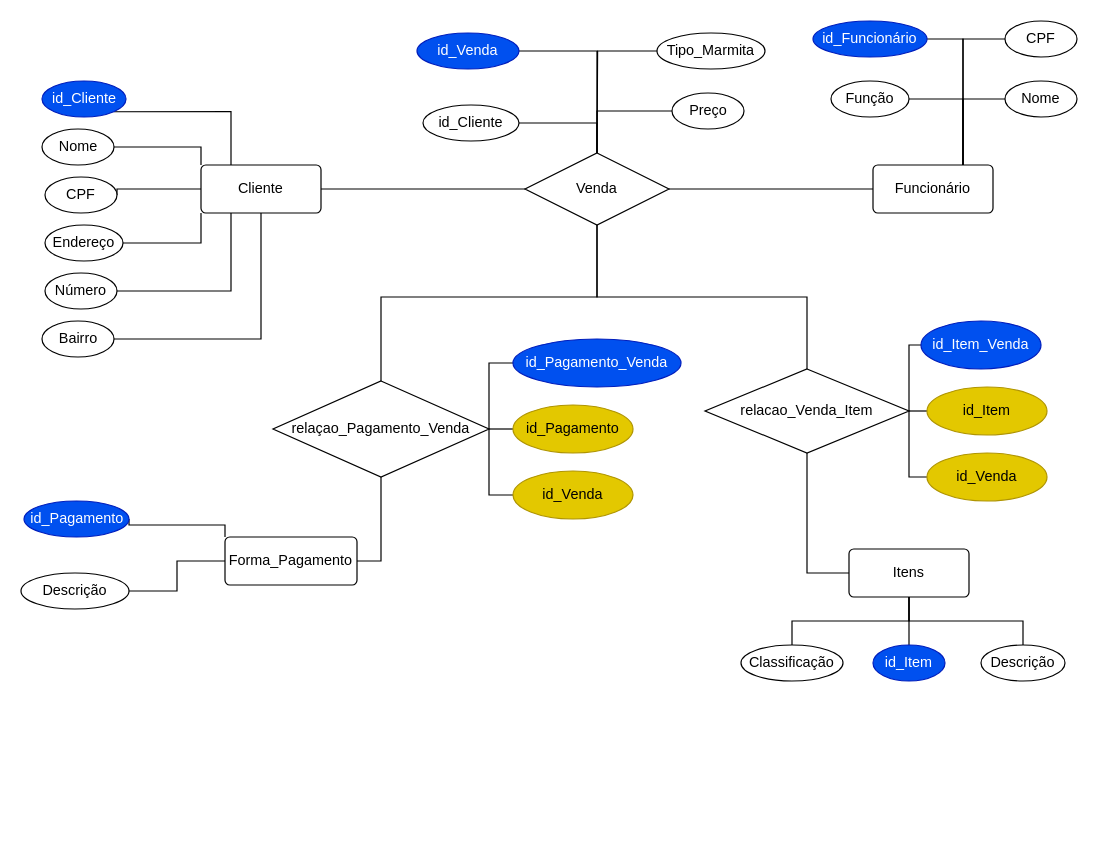
HugoNovais/Projetoss keeps this draw.io diagram as Untitled Diagram.drawio. Above is the earlier version. Source tidied: cells renumbered, new cells numbered last; positions are measured from the earlier drawing's top-left corner, leaving out a move shared by most shapes. Both pictures are drawn from the tidied source at 120%, with x=0, y=0 at pixel (20, 20).
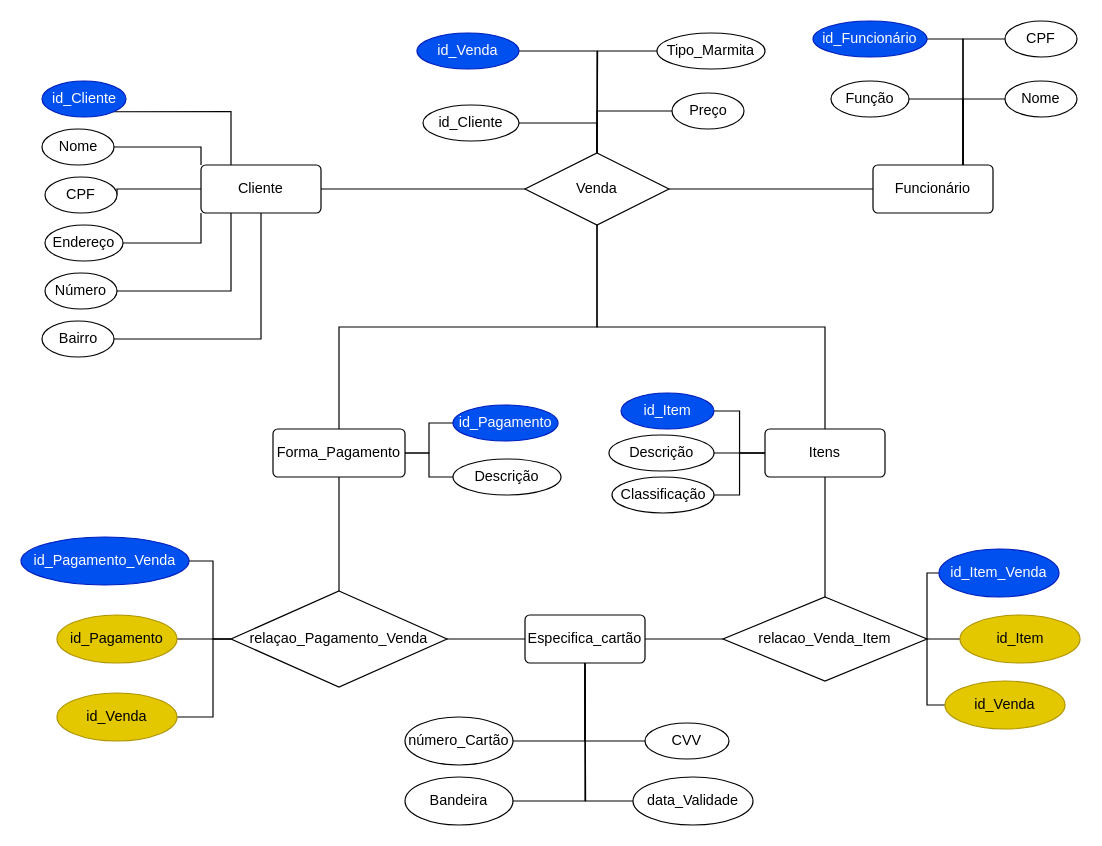
Above is the later version.

Unchanged cells that the change refers to:
```xml
<mxCell id="2" value="Venda" style="shape=rhombus;perimeter=rhombusPerimeter;whiteSpace=wrap;html=1;align=center;" parent="1" vertex="1">
  <mxGeometry x="420" y="110" width="120" height="60" as="geometry" />
</mxCell>
```

Diff of the diagram source:
```diff
@@
-    <mxCell id="35" style="edgeStyle=orthogonalEdgeStyle;rounded=0;jettySize=auto;html=1;exitX=0.5;exitY=0;exitDx=0;exitDy=0;entryX=0.5;entryY=1;entryDx=0;entryDy=0;endArrow=none;endFill=0;" parent="1" edge="1" source="36" target="2">
-      <mxGeometry relative="1" as="geometry">
-        <Array as="points">
-          <mxPoint x="300" y="230" />
-          <mxPoint x="480" y="230" />
-        </Array>
-      </mxGeometry>
-    </mxCell>
+    <mxCell id="65" style="edgeStyle=orthogonalEdgeStyle;rounded=0;jettySize=auto;html=1;exitX=1;exitY=0.5;exitDx=0;exitDy=0;endArrow=none;endFill=0;" parent="1" edge="1" source="36" target="71">
+      <mxGeometry relative="1" as="geometry" />
+    </mxCell>
     <mxCell id="36" value="relaçao_Pagamento_Venda" style="shape=rhombus;perimeter=rhombusPerimeter;whiteSpace=wrap;html=1;align=center;shadow=0;glass=0;" parent="1" vertex="1">
-      <mxGeometry x="210" y="300" width="180" height="80" as="geometry" />
+      <mxGeometry x="175" y="475" width="180" height="80" as="geometry" />
     </mxCell>
-    <mxCell id="37" style="edgeStyle=orthogonalEdgeStyle;rounded=0;jettySize=auto;html=1;exitX=0.5;exitY=0;exitDx=0;exitDy=0;entryX=0.5;entryY=1;entryDx=0;entryDy=0;endArrow=none;endFill=0;" parent="1" edge="1" source="38" target="2">
-      <mxGeometry relative="1" as="geometry" />
-    </mxCell>
+    <mxCell id="66" style="edgeStyle=orthogonalEdgeStyle;rounded=0;jettySize=auto;html=1;exitX=0.5;exitY=0;exitDx=0;exitDy=0;entryX=0.5;entryY=1;entryDx=0;entryDy=0;endArrow=none;endFill=0;" parent="1" edge="1" source="38" target="40">
+      <mxGeometry relative="1" as="geometry" />
+    </mxCell>
     <mxCell id="38" value="relacao_Venda_Item" style="shape=rhombus;perimeter=rhombusPerimeter;whiteSpace=wrap;html=1;align=center;shadow=0;glass=0;" parent="1" vertex="1">
-      <mxGeometry x="570" y="290" width="170" height="70" as="geometry" />
+      <mxGeometry x="585" y="480" width="170" height="70" as="geometry" />
     </mxCell>
-    <mxCell id="39" style="edgeStyle=orthogonalEdgeStyle;rounded=0;jettySize=auto;html=1;exitX=0;exitY=0.5;exitDx=0;exitDy=0;entryX=0.5;entryY=1;entryDx=0;entryDy=0;endArrow=none;endFill=0;" parent="1" edge="1" source="40" target="38">
-      <mxGeometry relative="1" as="geometry" />
-    </mxCell>
+    <mxCell id="67" style="edgeStyle=orthogonalEdgeStyle;rounded=0;jettySize=auto;html=1;exitX=0.5;exitY=0;exitDx=0;exitDy=0;entryX=0.5;entryY=1;entryDx=0;entryDy=0;endArrow=none;endFill=0;" parent="1" edge="1" source="40" target="2">
+      <mxGeometry relative="1" as="geometry" />
+    </mxCell>
     <mxCell id="40" value="Itens" style="rounded=1;arcSize=10;whiteSpace=wrap;html=1;align=center;shadow=0;glass=0;" parent="1" vertex="1">
-      <mxGeometry x="690" y="440" width="100" height="40" as="geometry" />
+      <mxGeometry x="620" y="340" width="100" height="40" as="geometry" />
     </mxCell>
-    <mxCell id="41" style="edgeStyle=orthogonalEdgeStyle;rounded=0;jettySize=auto;html=1;exitX=1;exitY=0.5;exitDx=0;exitDy=0;entryX=0.5;entryY=1;entryDx=0;entryDy=0;endArrow=none;endFill=0;" parent="1" edge="1" source="42" target="36">
+    <mxCell id="41" style="edgeStyle=orthogonalEdgeStyle;rounded=0;jettySize=auto;html=1;exitX=0.5;exitY=1;exitDx=0;exitDy=0;entryX=0.5;entryY=0;entryDx=0;entryDy=0;endArrow=none;endFill=0;" parent="1" edge="1" source="42" target="36">
       <mxGeometry relative="1" as="geometry" />
     </mxCell>
+    <mxCell id="68" style="edgeStyle=orthogonalEdgeStyle;rounded=0;jettySize=auto;html=1;exitX=0.5;exitY=0;exitDx=0;exitDy=0;entryX=0.5;entryY=1;entryDx=0;entryDy=0;endArrow=none;endFill=0;" parent="1" edge="1" source="42" target="2">
+      <mxGeometry relative="1" as="geometry" />
+    </mxCell>
     <mxCell id="42" value="Forma_Pagamento" style="rounded=1;arcSize=10;whiteSpace=wrap;html=1;align=center;shadow=0;glass=0;" parent="1" vertex="1">
-      <mxGeometry x="170" y="430" width="110" height="40" as="geometry" />
+      <mxGeometry x="210" y="340" width="110" height="40" as="geometry" />
     </mxCell>
-    <mxCell id="43" style="edgeStyle=orthogonalEdgeStyle;rounded=0;jettySize=auto;html=1;exitX=1;exitY=0.5;exitDx=0;exitDy=0;entryX=0;entryY=0.5;entryDx=0;entryDy=0;endArrow=none;endFill=0;" parent="1" edge="1" source="44" target="42">
-      <mxGeometry relative="1" as="geometry" />
+    <mxCell id="43" style="edgeStyle=orthogonalEdgeStyle;rounded=0;jettySize=auto;html=1;exitX=0;exitY=0.5;exitDx=0;exitDy=0;entryX=1;entryY=0.5;entryDx=0;entryDy=0;endArrow=none;endFill=0;" parent="1" edge="1" source="44" target="42">
+      <mxGeometry relative="1" as="geometry">
+        <Array as="points">
+          <mxPoint x="340" y="380" />
+          <mxPoint x="340" y="360" />
+        </Array>
+      </mxGeometry>
     </mxCell>
     <mxCell id="44" value="Descrição" style="ellipse;whiteSpace=wrap;html=1;align=center;shadow=0;glass=0;" parent="1" vertex="1">
-      <mxGeometry y="460" width="90" height="30" as="geometry" />
+      <mxGeometry x="360" y="365" width="90" height="30" as="geometry" />
     </mxCell>
-    <mxCell id="45" style="edgeStyle=orthogonalEdgeStyle;rounded=0;jettySize=auto;html=1;exitX=0;exitY=0.5;exitDx=0;exitDy=0;endArrow=none;endFill=0;" parent="1" edge="1" source="46">
-      <mxGeometry relative="1" as="geometry">
-        <mxPoint x="390" y="340" as="targetPoint" />
-      </mxGeometry>
-    </mxCell>
+    <mxCell id="69" style="edgeStyle=orthogonalEdgeStyle;rounded=0;jettySize=auto;html=1;exitX=1;exitY=0.5;exitDx=0;exitDy=0;entryX=0;entryY=0.5;entryDx=0;entryDy=0;endArrow=none;endFill=0;" parent="1" edge="1" source="46" target="36">
+      <mxGeometry relative="1" as="geometry">
+        <Array as="points">
+          <mxPoint x="150" y="515" />
+          <mxPoint x="150" y="515" />
+        </Array>
+      </mxGeometry>
+    </mxCell>
     <mxCell id="46" value="id_Pagamento" style="ellipse;whiteSpace=wrap;html=1;align=center;shadow=0;glass=0;fillColor=#e3c800;strokeColor=#B09500;fontColor=#000000;" parent="1" vertex="1">
-      <mxGeometry x="410" y="320" width="100" height="40" as="geometry" />
+      <mxGeometry x="30" y="495" width="100" height="40" as="geometry" />
     </mxCell>
-    <mxCell id="47" style="edgeStyle=orthogonalEdgeStyle;rounded=0;jettySize=auto;html=1;exitX=1;exitY=0.5;exitDx=0;exitDy=0;entryX=0;entryY=0;entryDx=0;entryDy=0;endArrow=none;endFill=0;" parent="1" edge="1" source="48" target="42">
+    <mxCell id="47" style="edgeStyle=orthogonalEdgeStyle;rounded=0;jettySize=auto;html=1;exitX=0;exitY=0.5;exitDx=0;exitDy=0;entryX=1;entryY=0.5;entryDx=0;entryDy=0;endArrow=none;endFill=0;" parent="1" edge="1" source="48" target="42">
       <mxGeometry relative="1" as="geometry">
         <Array as="points">
-          <mxPoint x="170" y="420" />
+          <mxPoint x="340" y="335" />
+          <mxPoint x="340" y="360" />
         </Array>
       </mxGeometry>
     </mxCell>
     <mxCell id="48" value="id_Pagamento" style="ellipse;whiteSpace=wrap;html=1;align=center;shadow=0;glass=0;fillColor=#0050ef;strokeColor=#001DBC;fontColor=#ffffff;" parent="1" vertex="1">
-      <mxGeometry x="2.5" y="400" width="87.5" height="30" as="geometry" />
+      <mxGeometry x="360" y="320" width="87.5" height="30" as="geometry" />
     </mxCell>
-    <mxCell id="49" style="edgeStyle=orthogonalEdgeStyle;rounded=0;jettySize=auto;html=1;exitX=0;exitY=0.5;exitDx=0;exitDy=0;entryX=1;entryY=0.5;entryDx=0;entryDy=0;endArrow=none;endFill=0;" parent="1" edge="1" source="50" target="36">
+    <mxCell id="49" style="edgeStyle=orthogonalEdgeStyle;rounded=0;jettySize=auto;html=1;exitX=1;exitY=0.5;exitDx=0;exitDy=0;entryX=0;entryY=0.5;entryDx=0;entryDy=0;endArrow=none;endFill=0;" parent="1" edge="1" source="50" target="36">
       <mxGeometry relative="1" as="geometry">
         <Array as="points">
-          <mxPoint x="390" y="395" />
+          <mxPoint x="160" y="580" />
+          <mxPoint x="160" y="515" />
         </Array>
       </mxGeometry>
     </mxCell>
     <mxCell id="50" value="id_Venda" style="ellipse;whiteSpace=wrap;html=1;align=center;shadow=0;glass=0;fillColor=#e3c800;strokeColor=#B09500;fontColor=#000000;" parent="1" vertex="1">
-      <mxGeometry x="410" y="375" width="100" height="40" as="geometry" />
+      <mxGeometry x="30" y="560" width="100" height="40" as="geometry" />
     </mxCell>
-    <mxCell id="51" style="edgeStyle=orthogonalEdgeStyle;rounded=0;jettySize=auto;html=1;exitX=0;exitY=0.5;exitDx=0;exitDy=0;entryX=1;entryY=0.5;entryDx=0;entryDy=0;endArrow=none;endFill=0;" parent="1" edge="1" source="52" target="38">
+    <mxCell id="51" style="edgeStyle=orthogonalEdgeStyle;rounded=0;jettySize=auto;html=1;exitX=0;exitY=0.5;exitDx=0;exitDy=0;entryX=1;entryY=0.5;entryDx=0;entryDy=0;endArrow=none;endFill=0;" parent="1" edge="1" source="52">
       <mxGeometry relative="1" as="geometry">
+        <mxPoint x="755" y="515" as="targetPoint" />
         <Array as="points">
-          <mxPoint x="740" y="380" />
+          <mxPoint x="755" y="570" />
         </Array>
       </mxGeometry>
     </mxCell>
     <mxCell id="52" value="id_Venda" style="ellipse;whiteSpace=wrap;html=1;align=center;shadow=0;glass=0;fillColor=#e3c800;strokeColor=#B09500;fontColor=#000000;" parent="1" vertex="1">
-      <mxGeometry x="755" y="360" width="100" height="40" as="geometry" />
+      <mxGeometry x="770" y="550" width="100" height="40" as="geometry" />
     </mxCell>
-    <mxCell id="53" style="edgeStyle=orthogonalEdgeStyle;rounded=0;jettySize=auto;html=1;exitX=0;exitY=0.5;exitDx=0;exitDy=0;entryX=1;entryY=0.5;entryDx=0;entryDy=0;endArrow=none;endFill=0;" parent="1" edge="1" source="54" target="38">
-      <mxGeometry relative="1" as="geometry" />
+    <mxCell id="53" style="edgeStyle=orthogonalEdgeStyle;rounded=0;jettySize=auto;html=1;exitX=0;exitY=0.5;exitDx=0;exitDy=0;entryX=1;entryY=0.5;entryDx=0;entryDy=0;endArrow=none;endFill=0;" parent="1" edge="1" source="54">
+      <mxGeometry relative="1" as="geometry">
+        <mxPoint x="755" y="515" as="targetPoint" />
+      </mxGeometry>
     </mxCell>
     <mxCell id="54" value="id_Item" style="ellipse;whiteSpace=wrap;html=1;align=center;shadow=0;glass=0;fillColor=#e3c800;strokeColor=#B09500;fontColor=#000000;" parent="1" vertex="1">
-      <mxGeometry x="755" y="305" width="100" height="40" as="geometry" />
+      <mxGeometry x="782.5" y="495" width="100" height="40" as="geometry" />
     </mxCell>
-    <mxCell id="55" style="edgeStyle=orthogonalEdgeStyle;rounded=0;jettySize=auto;html=1;exitX=0;exitY=0.5;exitDx=0;exitDy=0;entryX=1;entryY=0.5;entryDx=0;entryDy=0;endArrow=none;endFill=0;" parent="1" edge="1" source="56" target="38">
+    <mxCell id="55" style="edgeStyle=orthogonalEdgeStyle;rounded=0;jettySize=auto;html=1;exitX=0;exitY=0.5;exitDx=0;exitDy=0;entryX=1;entryY=0.5;entryDx=0;entryDy=0;endArrow=none;endFill=0;" parent="1" edge="1" source="56">
       <mxGeometry relative="1" as="geometry">
+        <mxPoint x="755" y="515" as="targetPoint" />
         <Array as="points">
-          <mxPoint x="740" y="270" />
+          <mxPoint x="755" y="460" />
         </Array>
       </mxGeometry>
     </mxCell>
     <mxCell id="56" value="&lt;span style=&quot;color: rgb(255 , 255 , 255)&quot;&gt;id_Item_Venda&lt;/span&gt;" style="ellipse;whiteSpace=wrap;html=1;align=center;shadow=0;glass=0;fillColor=#0050ef;strokeColor=#001DBC;fontColor=#ffffff;" parent="1" vertex="1">
-      <mxGeometry x="750" y="250" width="100" height="40" as="geometry" />
+      <mxGeometry x="765" y="440" width="100" height="40" as="geometry" />
     </mxCell>
-    <mxCell id="57" style="edgeStyle=orthogonalEdgeStyle;rounded=0;jettySize=auto;html=1;exitX=0.5;exitY=0;exitDx=0;exitDy=0;entryX=0.5;entryY=1;entryDx=0;entryDy=0;endArrow=none;endFill=0;" parent="1" edge="1" source="58" target="40">
+    <mxCell id="57" style="edgeStyle=orthogonalEdgeStyle;rounded=0;jettySize=auto;html=1;exitX=1;exitY=0.5;exitDx=0;exitDy=0;entryX=0;entryY=0.5;entryDx=0;entryDy=0;endArrow=none;endFill=0;" parent="1" edge="1" source="58" target="40">
       <mxGeometry relative="1" as="geometry" />
     </mxCell>
     <mxCell id="58" value="Classificação" style="ellipse;whiteSpace=wrap;html=1;align=center;shadow=0;glass=0;" parent="1" vertex="1">
-      <mxGeometry x="600" y="520" width="85" height="30" as="geometry" />
+      <mxGeometry x="492.5" y="380" width="85" height="30" as="geometry" />
     </mxCell>
-    <mxCell id="59" style="edgeStyle=orthogonalEdgeStyle;rounded=0;jettySize=auto;html=1;exitX=0.5;exitY=0;exitDx=0;exitDy=0;entryX=0.5;entryY=1;entryDx=0;entryDy=0;endArrow=none;endFill=0;" parent="1" edge="1" source="60" target="40">
+    <mxCell id="59" style="edgeStyle=orthogonalEdgeStyle;rounded=0;jettySize=auto;html=1;exitX=1;exitY=0.5;exitDx=0;exitDy=0;entryX=0;entryY=0.5;entryDx=0;entryDy=0;endArrow=none;endFill=0;" parent="1" edge="1" source="60" target="40">
       <mxGeometry relative="1" as="geometry" />
     </mxCell>
     <mxCell id="60" value="id_Item" style="ellipse;whiteSpace=wrap;html=1;align=center;shadow=0;glass=0;fillColor=#0050ef;strokeColor=#001DBC;fontColor=#ffffff;" parent="1" vertex="1">
-      <mxGeometry x="710" y="520" width="60" height="30" as="geometry" />
+      <mxGeometry x="500" y="310" width="77.5" height="30" as="geometry" />
     </mxCell>
-    <mxCell id="61" style="edgeStyle=orthogonalEdgeStyle;rounded=0;jettySize=auto;html=1;exitX=0.5;exitY=0;exitDx=0;exitDy=0;entryX=0.5;entryY=1;entryDx=0;entryDy=0;endArrow=none;endFill=0;" parent="1" edge="1" source="62" target="40">
+    <mxCell id="61" style="edgeStyle=orthogonalEdgeStyle;rounded=0;jettySize=auto;html=1;exitX=1;exitY=0.5;exitDx=0;exitDy=0;entryX=0;entryY=0.5;entryDx=0;entryDy=0;endArrow=none;endFill=0;" parent="1" edge="1" source="62" target="40">
       <mxGeometry relative="1" as="geometry" />
     </mxCell>
     <mxCell id="62" value="Descrição" style="ellipse;whiteSpace=wrap;html=1;align=center;shadow=0;glass=0;" parent="1" vertex="1">
-      <mxGeometry x="800" y="520" width="70" height="30" as="geometry" />
+      <mxGeometry x="490" y="345" width="87.5" height="30" as="geometry" />
     </mxCell>
-    <mxCell id="63" style="edgeStyle=orthogonalEdgeStyle;rounded=0;jettySize=auto;html=1;exitX=0;exitY=0.5;exitDx=0;exitDy=0;endArrow=none;endFill=0;" parent="1" edge="1" source="64" target="36">
+    <mxCell id="63" style="edgeStyle=orthogonalEdgeStyle;rounded=0;jettySize=auto;html=1;exitX=1;exitY=0.5;exitDx=0;exitDy=0;entryX=0;entryY=0.5;entryDx=0;entryDy=0;endArrow=none;endFill=0;" parent="1" edge="1" source="64" target="36">
       <mxGeometry relative="1" as="geometry">
         <Array as="points">
-          <mxPoint x="390" y="285" />
+          <mxPoint x="160" y="450" />
+          <mxPoint x="160" y="515" />
         </Array>
       </mxGeometry>
     </mxCell>
     <mxCell id="64" value="id_Pagamento_Venda" style="ellipse;whiteSpace=wrap;html=1;align=center;shadow=0;glass=0;fillColor=#0050ef;strokeColor=#001DBC;fontColor=#ffffff;" parent="1" vertex="1">
-      <mxGeometry x="410" y="265" width="140" height="40" as="geometry" />
+      <mxGeometry y="430" width="140" height="40" as="geometry" />
     </mxCell>
+    <mxCell id="70" style="edgeStyle=orthogonalEdgeStyle;rounded=0;jettySize=auto;html=1;exitX=1;exitY=0.5;exitDx=0;exitDy=0;entryX=0;entryY=0.5;entryDx=0;entryDy=0;endArrow=none;endFill=0;" parent="1" edge="1" source="71" target="38">
+      <mxGeometry relative="1" as="geometry" />
+    </mxCell>
+    <mxCell id="71" value="Especifica_cartão" style="rounded=1;arcSize=10;whiteSpace=wrap;html=1;align=center;shadow=0;glass=0;" parent="1" vertex="1">
+      <mxGeometry x="420" y="495" width="100" height="40" as="geometry" />
+    </mxCell>
+    <mxCell id="72" style="edgeStyle=orthogonalEdgeStyle;rounded=0;orthogonalLoop=1;jettySize=auto;html=1;exitX=0.5;exitY=1;exitDx=0;exitDy=0;endArrow=none;endFill=0;" parent="1" edge="1" source="58" target="58">
+      <mxGeometry relative="1" as="geometry" />
+    </mxCell>
+    <mxCell id="73" style="edgeStyle=orthogonalEdgeStyle;rounded=0;jettySize=auto;html=1;exitX=0;exitY=0.5;exitDx=0;exitDy=0;endArrow=none;endFill=0;" parent="1" edge="1" source="74">
+      <mxGeometry relative="1" as="geometry">
+        <mxPoint x="470" y="540" as="targetPoint" />
+      </mxGeometry>
+    </mxCell>
+    <mxCell id="74" value="data_Validade" style="ellipse;whiteSpace=wrap;html=1;align=center;shadow=0;glass=0;" parent="1" vertex="1">
+      <mxGeometry x="510" y="630" width="100" height="40" as="geometry" />
+    </mxCell>
+    <mxCell id="75" style="edgeStyle=orthogonalEdgeStyle;rounded=0;jettySize=auto;html=1;exitX=1;exitY=0.5;exitDx=0;exitDy=0;entryX=0.5;entryY=1;entryDx=0;entryDy=0;endArrow=none;endFill=0;" parent="1" edge="1" source="76" target="71">
+      <mxGeometry relative="1" as="geometry" />
+    </mxCell>
+    <mxCell id="76" value="Bandeira" style="ellipse;whiteSpace=wrap;html=1;align=center;shadow=0;glass=0;" parent="1" vertex="1">
+      <mxGeometry x="320" y="630" width="90" height="40" as="geometry" />
+    </mxCell>
+    <mxCell id="77" style="edgeStyle=orthogonalEdgeStyle;rounded=0;jettySize=auto;html=1;exitX=0;exitY=0.5;exitDx=0;exitDy=0;entryX=0.5;entryY=1;entryDx=0;entryDy=0;endArrow=none;endFill=0;" parent="1" edge="1" source="78" target="71">
+      <mxGeometry relative="1" as="geometry" />
+    </mxCell>
+    <mxCell id="78" value="CVV" style="ellipse;whiteSpace=wrap;html=1;align=center;shadow=0;glass=0;" parent="1" vertex="1">
+      <mxGeometry x="520" y="585" width="70" height="30" as="geometry" />
+    </mxCell>
+    <mxCell id="79" style="edgeStyle=orthogonalEdgeStyle;rounded=0;jettySize=auto;html=1;exitX=1;exitY=0.5;exitDx=0;exitDy=0;entryX=0.5;entryY=1;entryDx=0;entryDy=0;endArrow=none;endFill=0;" parent="1" edge="1" source="80" target="71">
+      <mxGeometry relative="1" as="geometry" />
+    </mxCell>
+    <mxCell id="80" value="número_Cartão" style="ellipse;whiteSpace=wrap;html=1;align=center;shadow=0;glass=0;" parent="1" vertex="1">
+      <mxGeometry x="320" y="580" width="90" height="40" as="geometry" />
+    </mxCell>
```
